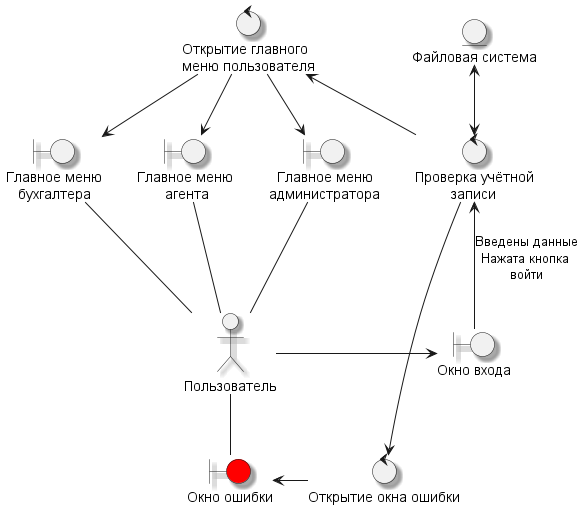
Earlier version of the PlantUML export out/Resource/Диаграммы пригодности/Вход в систему.png (MiFit1/OSOGO).
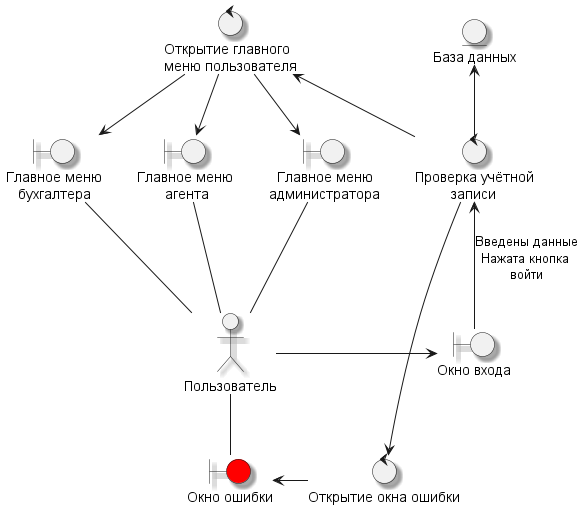
Later version of the same file.

The edit, as a diff of the source:
```diff
@@ -10,13 +10,13 @@
 control "Проверка учётной\n         записи" as checkDatabase
 control "Открытие главного\nменю пользователя" as openMainMenu
 control "Открытие окна ошибки" as openErrorWindow
-entity "Файловая система" as fs
+entity "База данных" as fs
 
 
 person -r-> loginWindow
 
 loginWindow -u-> checkDatabase : Введены данные\nНажата кнопка \nвойти
-checkDatabase <-u-> fs
+checkDatabase -u-> fs
 
 checkDatabase -u-> openMainMenu
 openMainMenu -d-> mainMenuB
```
